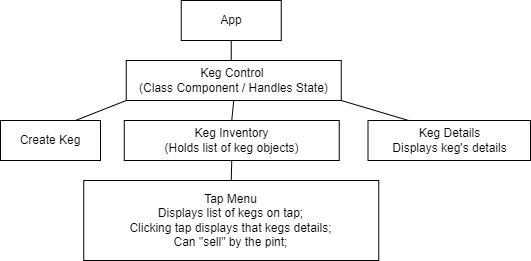
This is plan.png from jessi-b/tap-room, a draw.io export, as it was before one commit. Source tidied: cells renumbered, new cells last; positions are measured from the earlier drawing's top-left corner, leaving out a move shared by most shapes.
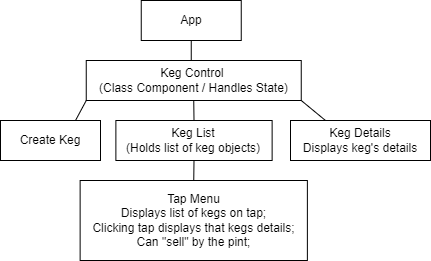
After the change.

The edit, as a diff of the source:
```diff
@@ -8,14 +8,14 @@
     <mxCell id="3" value="Keg Control&amp;nbsp;&lt;br&gt;(Class Component / Handles State)" style="whiteSpace=wrap;html=1;align=center;" parent="1" vertex="1">
       <mxGeometry x="125.8" y="60" width="215" height="40" as="geometry" />
     </mxCell>
-    <mxCell id="4" value="Keg Inventory&lt;br&gt;(Holds list of keg objects)" style="whiteSpace=wrap;html=1;align=center;" parent="1" vertex="1">
-      <mxGeometry x="123.8" y="120" width="215" height="40" as="geometry" />
+    <mxCell id="4" value="Keg List&lt;br&gt;(Holds list of keg objects)" style="whiteSpace=wrap;html=1;align=center;" parent="1" vertex="1">
+      <mxGeometry x="155.4" y="120" width="156.2" height="40" as="geometry" />
     </mxCell>
     <mxCell id="5" value="Keg Details&lt;br&gt;Displays keg's details" style="whiteSpace=wrap;html=1;align=center;" parent="1" vertex="1">
-      <mxGeometry x="367.5" y="120" width="162.5" height="40" as="geometry" />
+      <mxGeometry x="330" y="120" width="140" height="40" as="geometry" />
     </mxCell>
     <mxCell id="6" value="Tap Menu&lt;br&gt;Displays list of kegs on tap;&lt;br&gt;Clicking tap displays that kegs details;&lt;br&gt;Can &quot;sell&quot; by the pint;" style="whiteSpace=wrap;html=1;align=center;" parent="1" vertex="1">
-      <mxGeometry x="83.2" y="180" width="295" height="80" as="geometry" />
+      <mxGeometry x="119.6" y="180" width="227.2" height="80" as="geometry" />
     </mxCell>
     <mxCell id="7" style="endArrow=none;html=1;rounded=0;entryX=0.5;entryY=0;entryDx=0;entryDy=0;exitX=0.5;exitY=1;exitDx=0;exitDy=0;" parent="1" edge="1" source="4" target="6">
       <mxGeometry relative="1" as="geometry" />
@@ -26,7 +26,7 @@
       </mxGeometry>
     </mxCell>
     <mxCell id="9" value="Create Keg" style="whiteSpace=wrap;html=1;align=center;" parent="1" vertex="1">
-      <mxGeometry y="120" width="100" height="40" as="geometry" />
+      <mxGeometry x="40" y="120" width="100" height="40" as="geometry" />
     </mxCell>
     <mxCell id="10" style="endArrow=none;html=1;rounded=0;entryX=0;entryY=1;entryDx=0;entryDy=0;exitX=0.75;exitY=0;exitDx=0;exitDy=0;" parent="1" edge="1" source="9" target="3">
       <mxGeometry relative="1" as="geometry" />
```
